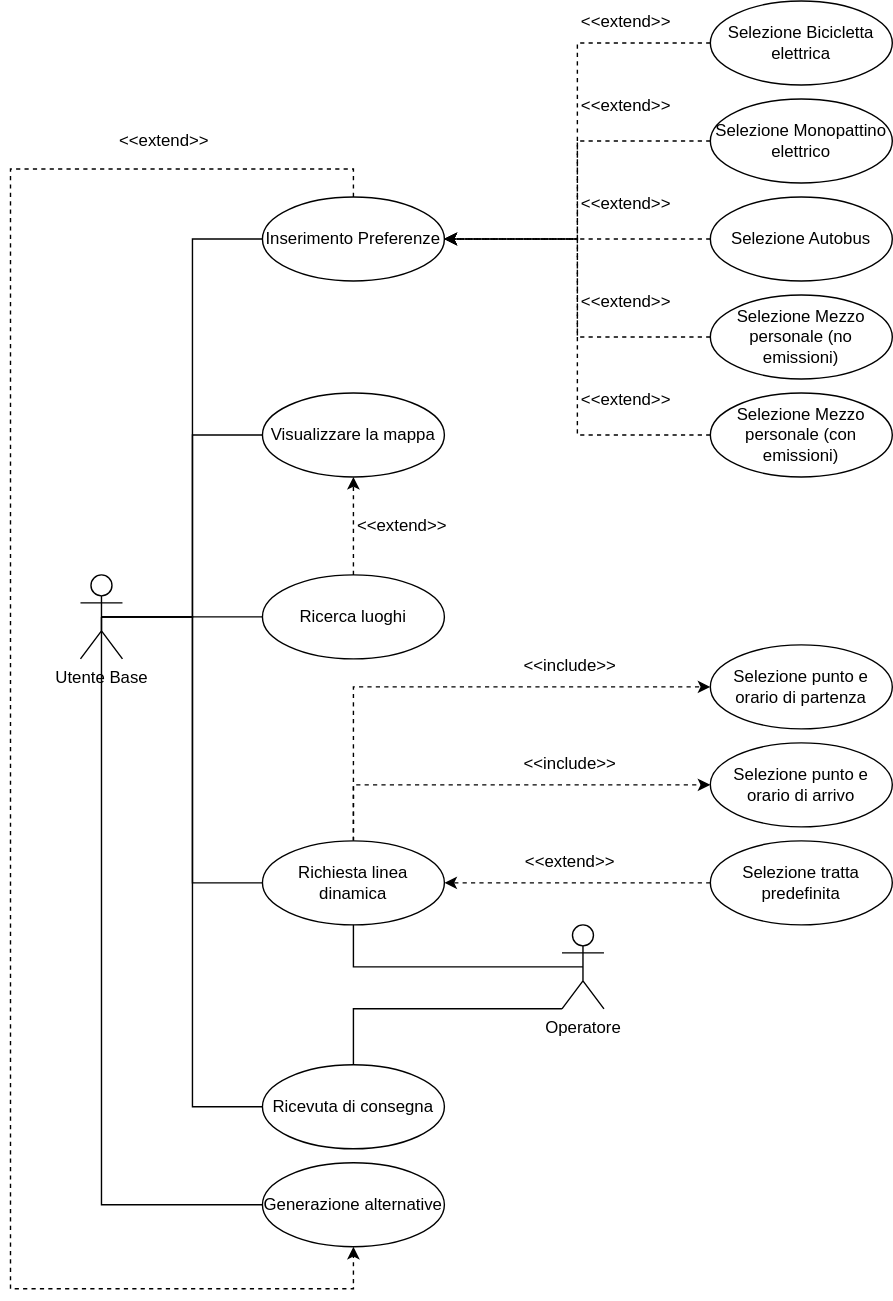
Earlier version of the draw.io export Use Case Diagram/UCD RF10, RF3, RF4, RF7, RF8, RF9.drawio.svg (ZenSan3/Progetto-Ingengeria-del-Software-Doc). Source tidied: cells renumbered, new cells last; positions are measured from the earlier drawing's top-left corner, leaving out a move shared by most shapes.
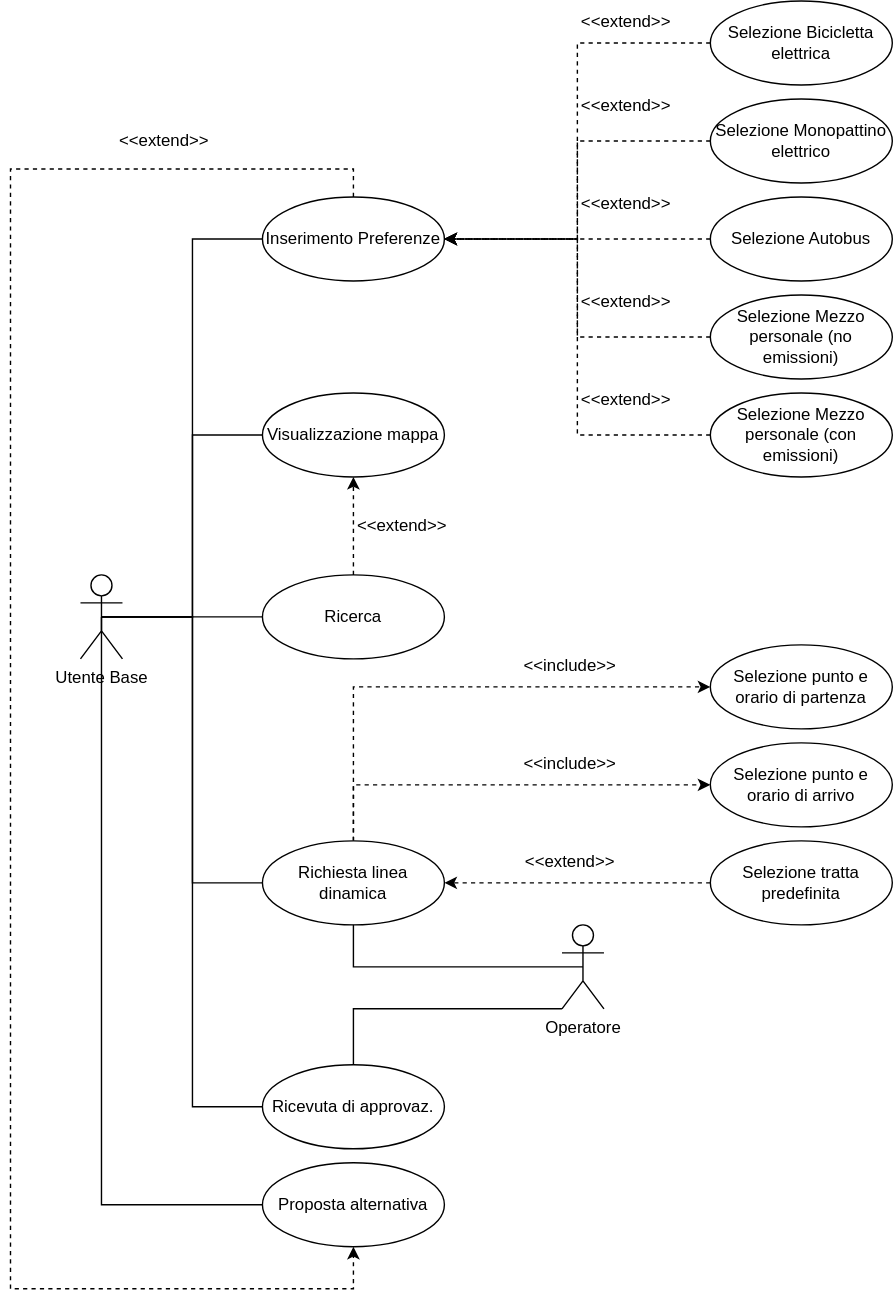
Later version of the same file.

Commit message:
Corretto Use Case Diagram

Diff of the diagram source:
```diff
@@ -80,7 +80,7 @@
     <mxCell id="24" value="&amp;lt;&amp;lt;extend&amp;gt;&amp;gt;" style="text;html=1;whiteSpace=wrap;strokeColor=none;fillColor=none;align=center;verticalAlign=middle;rounded=0;" parent="1" vertex="1">
       <mxGeometry x="410" y="270" width="60" height="30" as="geometry" />
     </mxCell>
-    <mxCell id="25" value="Visualizzare la mappa" style="ellipse;whiteSpace=wrap;html=1;" parent="1" vertex="1">
+    <mxCell id="25" value="Visualizzazione mappa" style="ellipse;whiteSpace=wrap;html=1;" parent="1" vertex="1">
       <mxGeometry x="180" y="280" width="130" height="60" as="geometry" />
     </mxCell>
     <mxCell id="26" style="edgeStyle=orthogonalEdgeStyle;rounded=0;jettySize=auto;html=1;exitX=0.5;exitY=0;exitDx=0;exitDy=0;entryX=0;entryY=0.5;entryDx=0;entryDy=0;dashed=1;" parent="1" edge="1" source="28" target="30">
@@ -113,10 +113,10 @@
     <mxCell id="35" value="&amp;lt;&amp;lt;include&amp;gt;&amp;gt;" style="text;html=1;whiteSpace=wrap;strokeColor=none;fillColor=none;align=center;verticalAlign=middle;rounded=0;" parent="1" vertex="1">
       <mxGeometry x="370" y="530" width="60" height="30" as="geometry" />
     </mxCell>
-    <mxCell id="36" value="Ricevuta di consegna" style="ellipse;whiteSpace=wrap;html=1;" parent="1" vertex="1">
+    <mxCell id="36" value="Ricevuta di approvaz." style="ellipse;whiteSpace=wrap;html=1;" parent="1" vertex="1">
       <mxGeometry x="180" y="760" width="130" height="60" as="geometry" />
     </mxCell>
-    <mxCell id="37" value="Generazione alternative" style="ellipse;whiteSpace=wrap;html=1;" parent="1" vertex="1">
+    <mxCell id="37" value="Proposta alternativa" style="ellipse;whiteSpace=wrap;html=1;" parent="1" vertex="1">
       <mxGeometry x="180" y="830" width="130" height="60" as="geometry" />
     </mxCell>
     <mxCell id="38" style="edgeStyle=orthogonalEdgeStyle;rounded=0;jettySize=auto;html=1;exitX=0;exitY=1;exitDx=0;exitDy=0;exitPerimeter=0;entryX=0.5;entryY=0;entryDx=0;entryDy=0;endArrow=none;endFill=0;" parent="1" edge="1" source="39" target="36">
@@ -141,7 +141,7 @@
     <mxCell id="43" style="edgeStyle=orthogonalEdgeStyle;rounded=0;jettySize=auto;html=1;exitX=0.5;exitY=0;exitDx=0;exitDy=0;entryX=0.5;entryY=1;entryDx=0;entryDy=0;dashed=1;" parent="1" edge="1" source="44" target="25">
       <mxGeometry relative="1" as="geometry" />
     </mxCell>
-    <mxCell id="44" value="Ricerca luoghi" style="ellipse;whiteSpace=wrap;html=1;" parent="1" vertex="1">
+    <mxCell id="44" value="Ricerca" style="ellipse;whiteSpace=wrap;html=1;" parent="1" vertex="1">
       <mxGeometry x="180" y="410" width="130" height="60" as="geometry" />
     </mxCell>
     <mxCell id="45" value="&amp;lt;&amp;lt;extend&amp;gt;&amp;gt;" style="text;html=1;whiteSpace=wrap;strokeColor=none;fillColor=none;align=center;verticalAlign=middle;rounded=0;" parent="1" vertex="1">
```
